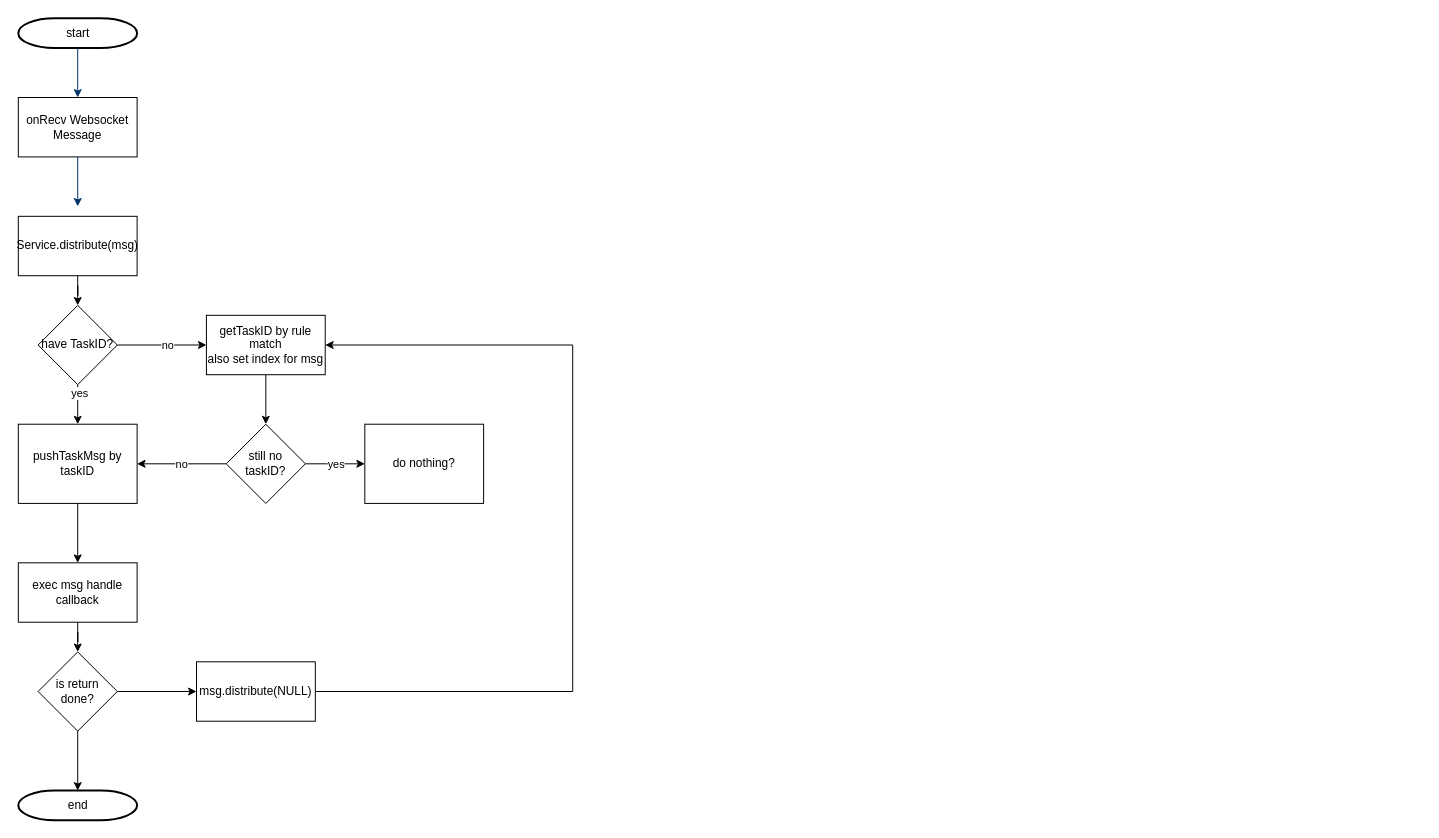
The draw.io diagram service3g-flow.drawio in Crazyokd/drawio, before the edit. Source tidied: cells renumbered, new cells numbered last; positions are measured from the earlier drawing's top-left corner, leaving out a move shared by most shapes. Both pictures are drawn from the tidied source at 99%, with x=0, y=0 at pixel (18, 18).
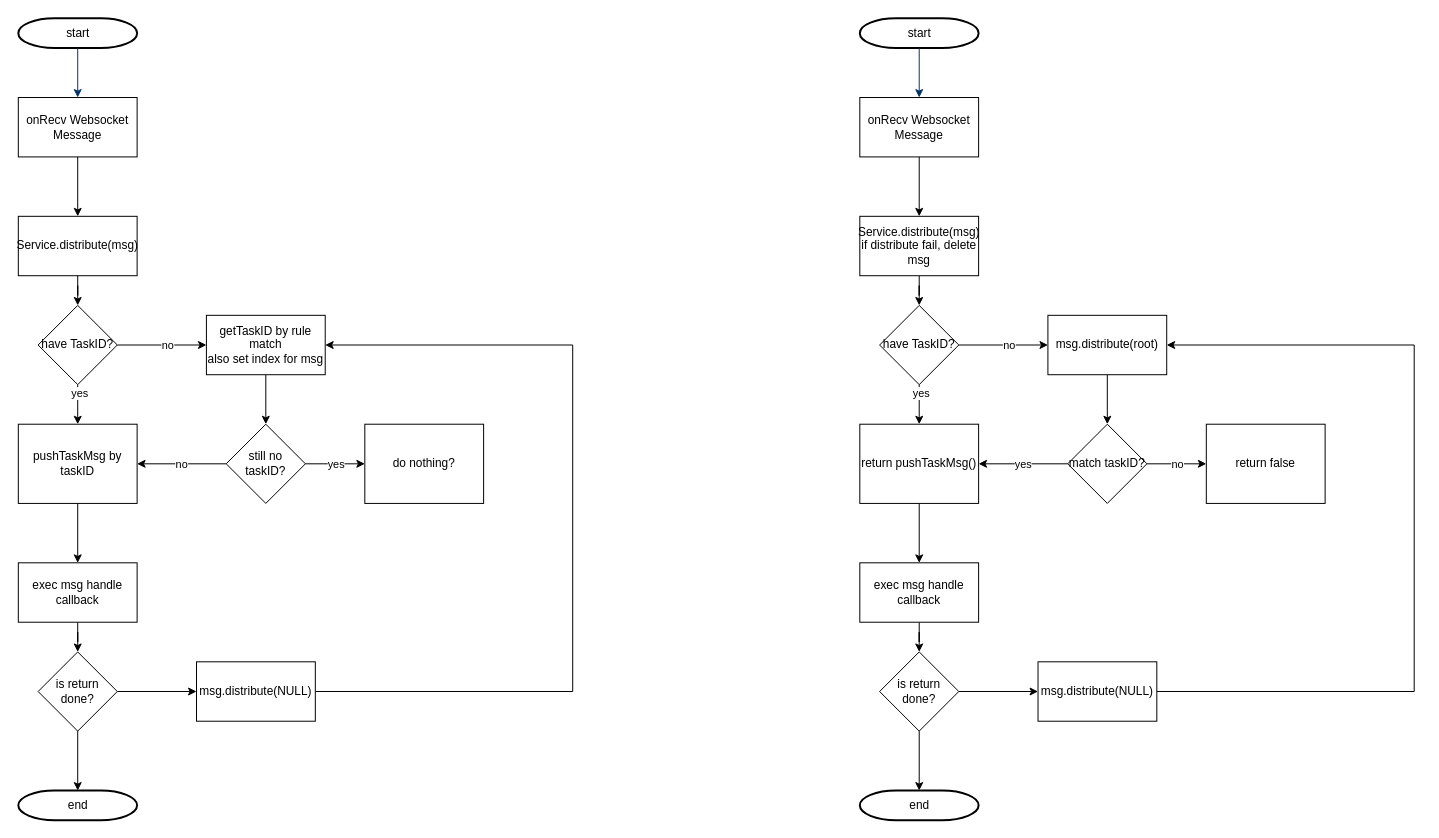
The same page after the edit.

The change refers to these unchanged cells:
```xml
<mxCell id="6" value="onRecv Websocket Message" style="rounded=0;whiteSpace=wrap;html=1;" parent="1" vertex="1">
  <mxGeometry y="80" width="120" height="60" as="geometry" />
</mxCell>
<mxCell id="8" value="Service.distribute(msg)" style="rounded=0;whiteSpace=wrap;html=1;" parent="1" vertex="1">
  <mxGeometry y="200" width="120" height="60" as="geometry" />
</mxCell>
```

Change to the diagram source:
```diff
@@
-    <mxCell id="4" style="fontStyle=1;strokeColor=#003366;strokeWidth=1;html=1;exitX=0.5;exitY=1;exitDx=0;exitDy=0;" parent="1" edge="1" source="6">
-      <mxGeometry relative="1" as="geometry">
-        <mxPoint x="60" y="190" as="targetPoint" />
-      </mxGeometry>
-    </mxCell>
@@
+    <mxCell id="31" style="edgeStyle=orthogonalEdgeStyle;rounded=0;jettySize=auto;html=1;" parent="1" edge="1" source="6" target="8">
+      <mxGeometry relative="1" as="geometry" />
+    </mxCell>
@@
+    <mxCell id="32" value="start" style="shape=mxgraph.flowchart.terminator;strokeWidth=2;gradientColor=none;gradientDirection=north;fontStyle=0;html=1;" parent="1" vertex="1">
+      <mxGeometry x="850" width="120" height="30" as="geometry" />
+    </mxCell>
+    <mxCell id="33" style="fontStyle=1;strokeColor=#003366;strokeWidth=1;html=1;entryX=0.5;entryY=0;entryDx=0;entryDy=0;" parent="1" edge="1" source="32" target="36">
+      <mxGeometry relative="1" as="geometry" />
+    </mxCell>
+    <mxCell id="34" value="end" style="shape=mxgraph.flowchart.terminator;strokeWidth=2;gradientColor=none;gradientDirection=north;fontStyle=0;html=1;" parent="1" vertex="1">
+      <mxGeometry x="850" y="780" width="120" height="30" as="geometry" />
+    </mxCell>
+    <mxCell id="35" style="edgeStyle=orthogonalEdgeStyle;rounded=0;jettySize=auto;html=1;" parent="1" edge="1" source="36" target="38">
+      <mxGeometry relative="1" as="geometry" />
+    </mxCell>
+    <mxCell id="36" value="onRecv Websocket Message" style="rounded=0;whiteSpace=wrap;html=1;" parent="1" vertex="1">
+      <mxGeometry x="850" y="80" width="120" height="60" as="geometry" />
+    </mxCell>
+    <mxCell id="37" style="edgeStyle=orthogonalEdgeStyle;rounded=0;jettySize=auto;html=1;" parent="1" edge="1" source="38" target="43">
+      <mxGeometry relative="1" as="geometry" />
+    </mxCell>
+    <mxCell id="38" value="Service.distribute(msg)&lt;div&gt;if distribute fail, delete msg&lt;/div&gt;" style="rounded=0;whiteSpace=wrap;html=1;" parent="1" vertex="1">
+      <mxGeometry x="850" y="200" width="120" height="60" as="geometry" />
+    </mxCell>
+    <mxCell id="39" style="edgeStyle=orthogonalEdgeStyle;rounded=0;jettySize=auto;html=1;" parent="1" edge="1" source="43" target="45">
+      <mxGeometry relative="1" as="geometry" />
+    </mxCell>
+    <mxCell id="40" value="no" style="edgeLabel;html=1;align=center;verticalAlign=middle;" parent="39" vertex="1">
+      <mxGeometry x="0.11" relative="1" as="geometry" />
+    </mxCell>
+    <mxCell id="41" style="edgeStyle=orthogonalEdgeStyle;rounded=0;jettySize=auto;html=1;" parent="1" edge="1" source="43" target="47">
+      <mxGeometry relative="1" as="geometry" />
+    </mxCell>
+    <mxCell id="42" value="yes" style="edgeLabel;html=1;align=center;verticalAlign=middle;" parent="41" vertex="1">
+      <mxGeometry x="-0.58" y="1" relative="1" as="geometry" />
+    </mxCell>
+    <mxCell id="43" value="have TaskID?" style="rhombus;whiteSpace=wrap;html=1;" parent="1" vertex="1">
+      <mxGeometry x="870" y="290" width="80" height="80" as="geometry" />
+    </mxCell>
+    <mxCell id="44" style="edgeStyle=orthogonalEdgeStyle;rounded=0;jettySize=auto;html=1;exitX=0.5;exitY=1;exitDx=0;exitDy=0;" parent="1" edge="1" source="45" target="52">
+      <mxGeometry relative="1" as="geometry" />
+    </mxCell>
+    <mxCell id="45" value="msg.distribute(root)" style="rounded=0;whiteSpace=wrap;html=1;" parent="1" vertex="1">
+      <mxGeometry x="1040" y="300" width="120" height="60" as="geometry" />
+    </mxCell>
+    <mxCell id="46" style="edgeStyle=orthogonalEdgeStyle;rounded=0;jettySize=auto;html=1;" parent="1" edge="1" source="47" target="55">
+      <mxGeometry relative="1" as="geometry" />
+    </mxCell>
+    <mxCell id="47" value="&lt;div&gt;return pushTaskMsg()&lt;/div&gt;" style="rounded=0;whiteSpace=wrap;html=1;" parent="1" vertex="1">
+      <mxGeometry x="850" y="410" width="120" height="80" as="geometry" />
+    </mxCell>
+    <mxCell id="48" style="edgeStyle=orthogonalEdgeStyle;rounded=0;jettySize=auto;html=1;exitX=0;exitY=0.5;exitDx=0;exitDy=0;entryX=1;entryY=0.5;entryDx=0;entryDy=0;" parent="1" edge="1" source="52" target="47">
+      <mxGeometry relative="1" as="geometry" />
+    </mxCell>
+    <mxCell id="49" value="yes" style="edgeLabel;html=1;align=center;verticalAlign=middle;" parent="48" vertex="1">
+      <mxGeometry x="0.02" relative="1" as="geometry" />
+    </mxCell>
+    <mxCell id="50" style="edgeStyle=orthogonalEdgeStyle;rounded=0;jettySize=auto;html=1;entryX=0;entryY=0.5;entryDx=0;entryDy=0;" parent="1" edge="1" source="52" target="53">
+      <mxGeometry relative="1" as="geometry" />
+    </mxCell>
+    <mxCell id="51" value="no" style="edgeLabel;html=1;align=center;verticalAlign=middle;" parent="50" vertex="1">
+      <mxGeometry relative="1" as="geometry" />
+    </mxCell>
+    <mxCell id="52" value="match taskID?" style="rhombus;whiteSpace=wrap;html=1;" parent="1" vertex="1">
+      <mxGeometry x="1060" y="410" width="80" height="80" as="geometry" />
+    </mxCell>
+    <mxCell id="53" value="return false" style="rounded=0;whiteSpace=wrap;html=1;" parent="1" vertex="1">
+      <mxGeometry x="1200" y="410" width="120" height="80" as="geometry" />
+    </mxCell>
+    <mxCell id="54" style="edgeStyle=orthogonalEdgeStyle;rounded=0;jettySize=auto;html=1;" parent="1" edge="1" source="55" target="58">
+      <mxGeometry relative="1" as="geometry" />
+    </mxCell>
+    <mxCell id="55" value="exec msg handle callback" style="rounded=0;whiteSpace=wrap;html=1;" parent="1" vertex="1">
+      <mxGeometry x="850" y="550" width="120" height="60" as="geometry" />
+    </mxCell>
+    <mxCell id="56" style="edgeStyle=orthogonalEdgeStyle;rounded=0;jettySize=auto;html=1;" parent="1" edge="1" source="58" target="60">
+      <mxGeometry relative="1" as="geometry" />
+    </mxCell>
+    <mxCell id="57" style="edgeStyle=orthogonalEdgeStyle;rounded=0;jettySize=auto;html=1;" parent="1" edge="1" source="58" target="34">
+      <mxGeometry relative="1" as="geometry" />
+    </mxCell>
+    <mxCell id="58" value="is return done?" style="rhombus;whiteSpace=wrap;html=1;" parent="1" vertex="1">
+      <mxGeometry x="870" y="640" width="80" height="80" as="geometry" />
+    </mxCell>
+    <mxCell id="59" style="edgeStyle=orthogonalEdgeStyle;rounded=0;jettySize=auto;html=1;entryX=1;entryY=0.5;entryDx=0;entryDy=0;exitX=1;exitY=0.5;exitDx=0;exitDy=0;" parent="1" edge="1" source="60" target="45">
+      <mxGeometry relative="1" as="geometry">
+        <Array as="points">
+          <mxPoint x="1410" y="680" />
+          <mxPoint x="1410" y="330" />
+        </Array>
+      </mxGeometry>
+    </mxCell>
+    <mxCell id="60" value="msg.distribute(NULL)" style="rounded=0;whiteSpace=wrap;html=1;" parent="1" vertex="1">
+      <mxGeometry x="1030" y="650" width="120" height="60" as="geometry" />
+    </mxCell>
```
